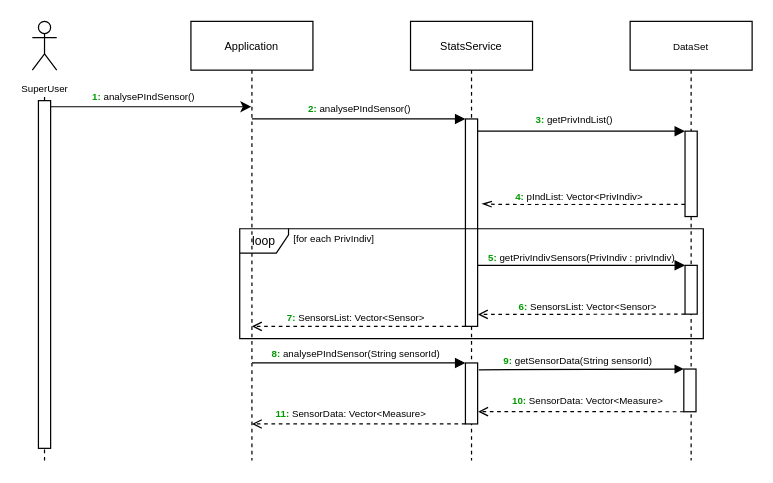
NourJadiri/AirWatcher keeps this draw.io diagram as UML stuff/seqDiagSetReliable.drawio. Above is the earlier version. Source tidied: cells renumbered, new cells numbered last; positions are measured from the earlier drawing's top-left corner, leaving out a move shared by most shapes. Both pictures are drawn from the tidied source at 122%, with x=0, y=0 at pixel (32, 21).
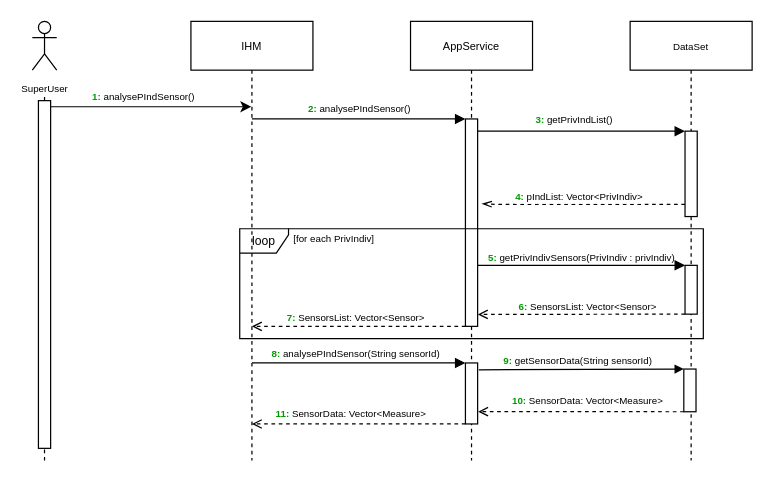
The same diagram, later.

Commit message:
Mettre à jour seqDiagSetReliable.drawio

Diff of the diagram source:
```diff
@@
-    <mxCell id="2" value="&lt;font style=&quot;font-size: 9px;&quot;&gt;StatsService&lt;/font&gt;" style="shape=umlLifeline;perimeter=lifelinePerimeter;whiteSpace=wrap;html=1;outlineConnect=0;portConstraint=eastwest;newEdgeStyle={&quot;edgeStyle&quot;:&quot;elbowEdgeStyle&quot;,&quot;elbow&quot;:&quot;vertical&quot;,&quot;curved&quot;:0,&quot;rounded&quot;:0};" parent="1" vertex="1">
+    <mxCell id="2" value="&lt;font style=&quot;font-size: 9px;&quot;&gt;AppService&lt;/font&gt;" style="shape=umlLifeline;perimeter=lifelinePerimeter;whiteSpace=wrap;html=1;outlineConnect=0;portConstraint=eastwest;newEdgeStyle={&quot;edgeStyle&quot;:&quot;elbowEdgeStyle&quot;,&quot;elbow&quot;:&quot;vertical&quot;,&quot;curved&quot;:0,&quot;rounded&quot;:0};" parent="1" vertex="1">
       <mxGeometry x="310" width="100" height="360" as="geometry" />
     </mxCell>
@@
-    <mxCell id="32" value="&lt;font style=&quot;font-size: 9px;&quot;&gt;Application&lt;/font&gt;" style="shape=umlLifeline;perimeter=lifelinePerimeter;whiteSpace=wrap;html=1;outlineConnect=0;portConstraint=eastwest;newEdgeStyle={&quot;edgeStyle&quot;:&quot;elbowEdgeStyle&quot;,&quot;elbow&quot;:&quot;vertical&quot;,&quot;curved&quot;:0,&quot;rounded&quot;:0};" parent="1" vertex="1">
+    <mxCell id="32" value="&lt;font style=&quot;font-size: 9px;&quot;&gt;IHM&lt;/font&gt;" style="shape=umlLifeline;perimeter=lifelinePerimeter;whiteSpace=wrap;html=1;outlineConnect=0;portConstraint=eastwest;newEdgeStyle={&quot;edgeStyle&quot;:&quot;elbowEdgeStyle&quot;,&quot;elbow&quot;:&quot;vertical&quot;,&quot;curved&quot;:0,&quot;rounded&quot;:0};" parent="1" vertex="1">
       <mxGeometry x="130" width="100" height="360" as="geometry" />
     </mxCell>
```
